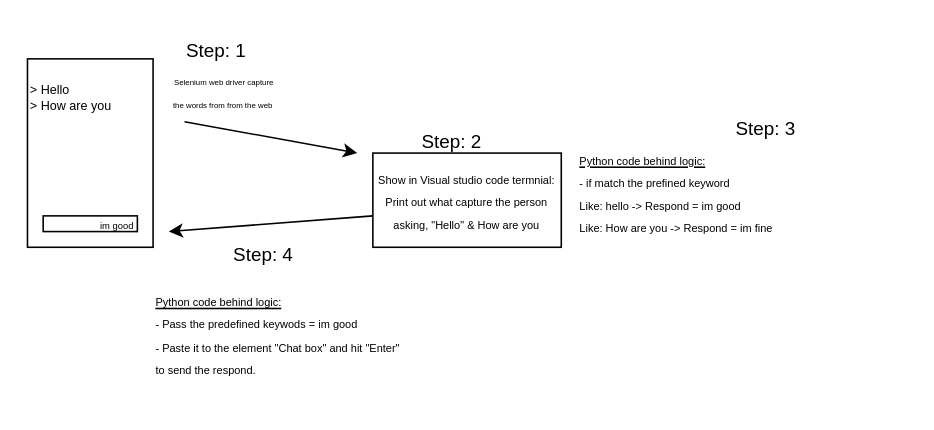
This is Selenium_AutoRespond.drawio from seongkah/draw.io, a draw.io file, before an edit. Source tidied: cells renumbered, new cells numbered last; positions are measured from the earlier drawing's top-left corner, leaving out a move shared by most shapes. Both pictures are drawn from the tidied source at 157%, with x=0, y=0 at pixel (-5, 27).
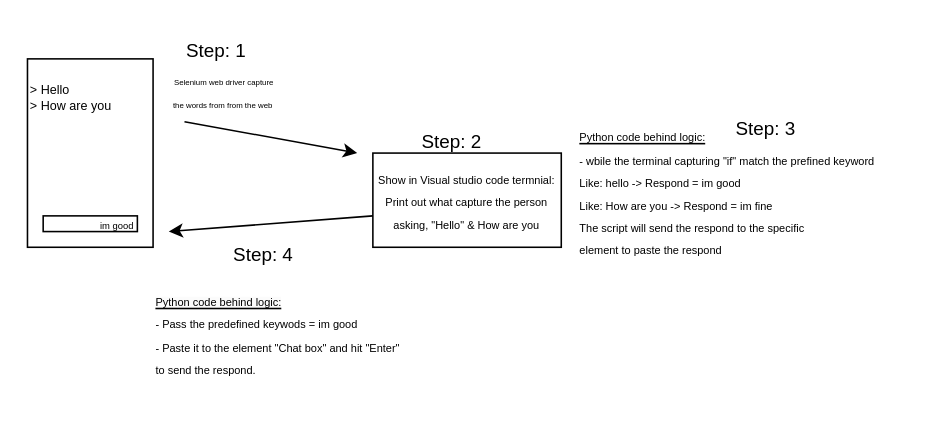
After the change.

Change to the diagram source:
```diff
@@
 <mxGraphModel>
   <root>
     <mxCell id="0" />
     <mxCell id="1" parent="0" />
     <mxCell id="2" style="rounded=0;whiteSpace=wrap;html=1;rotation=-90;" parent="1" vertex="1">
       <mxGeometry y="40" width="120" height="80" as="geometry" />
     </mxCell>
     <mxCell id="3" value="&amp;gt; Hello&lt;br style=&quot;font-size: 8px;&quot;&gt;&amp;gt; How are you" style="text;html=1;align=left;verticalAlign=middle;strokeColor=none;fillColor=none;fontSize=8;" parent="1" vertex="1">
       <mxGeometry x="20" y="30" width="80" height="30" as="geometry" />
     </mxCell>
     <mxCell id="4" value="&lt;div style=&quot;&quot;&gt;&lt;span style=&quot;background-color: initial;&quot;&gt;&lt;font style=&quot;font-size: 6px;&quot;&gt;im good&lt;/font&gt;&lt;/span&gt;&lt;/div&gt;" style="rounded=0;whiteSpace=wrap;html=1;align=right;" parent="1" vertex="1">
       <mxGeometry x="30" y="120" width="60" height="10" as="geometry" />
     </mxCell>
     <mxCell id="5" style="endArrow=classic;html=1;rounded=0;" parent="1" edge="1">
       <mxGeometry relative="1" as="geometry">
         <mxPoint x="120" y="60" as="sourcePoint" />
         <mxPoint x="230" y="80" as="targetPoint" />
       </mxGeometry>
     </mxCell>
     <mxCell id="6" value="&lt;font style=&quot;font-size: 5px;&quot;&gt;Selenium web driver capture &lt;br&gt;the words from from the web&amp;nbsp;&lt;/font&gt;" style="text;html=1;align=center;verticalAlign=middle;strokeColor=none;fillColor=none;" parent="1" vertex="1">
       <mxGeometry x="100" y="20" width="90" height="40" as="geometry" />
     </mxCell>
     <mxCell id="7" value="&lt;font style=&quot;font-size: 7px;&quot;&gt;Show in Visual studio code termnial: Print out what capture the person asking, &quot;Hello&quot; &amp;amp; How are you&lt;/font&gt;" style="rounded=0;whiteSpace=wrap;html=1;" parent="1" vertex="1">
       <mxGeometry x="240" y="80" width="120" height="60" as="geometry" />
     </mxCell>
-    <mxCell id="8" value="&lt;font style=&quot;font-size: 7px;&quot;&gt;&lt;u&gt;Python code behind logic:&lt;/u&gt;&lt;br&gt;- if match the prefined keyword&amp;nbsp;&lt;br&gt;Like: hello -&amp;gt; Respond = im good&lt;br&gt;Like: How are you -&amp;gt; Respond = im fine&lt;/font&gt;" style="text;html=1;align=left;verticalAlign=middle;strokeColor=none;fillColor=none;" parent="1" vertex="1">
-      <mxGeometry x="370" y="70" width="150" height="70" as="geometry" />
+    <mxCell id="8" value="&lt;font style=&quot;font-size: 7px;&quot;&gt;&lt;u&gt;Python code behind logic:&lt;/u&gt;&lt;br&gt;- wbile the terminal capturing &quot;if&quot; match the prefined keyword&amp;nbsp;&lt;br&gt;Like: hello -&amp;gt; Respond = im good&lt;br&gt;Like: How are you -&amp;gt; Respond = im fine&lt;br&gt;The script will send the respond to the specific &lt;br&gt;element to paste the respond&lt;br&gt;&lt;/font&gt;" style="text;html=1;align=left;verticalAlign=middle;strokeColor=none;fillColor=none;" parent="1" vertex="1">
+      <mxGeometry x="370" y="55" width="210" height="100" as="geometry" />
     </mxCell>
     <mxCell id="9" style="endArrow=classic;html=1;rounded=0;exitX=0;exitY=0.667;exitDx=0;exitDy=0;exitPerimeter=0;" parent="1" edge="1" source="7">
       <mxGeometry relative="1" as="geometry">
         <mxPoint x="110" y="130" as="targetPoint" />
       </mxGeometry>
     </mxCell>
     <mxCell id="10" value="Step: 1" style="text;html=1;align=center;verticalAlign=middle;strokeColor=none;fillColor=none;" parent="1" vertex="1">
       <mxGeometry x="110" width="60" height="30" as="geometry" />
     </mxCell>
     <mxCell id="11" value="Step: 2" style="text;html=1;align=center;verticalAlign=middle;strokeColor=none;fillColor=none;" parent="1" vertex="1">
       <mxGeometry x="260" y="58" width="60" height="30" as="geometry" />
     </mxCell>
     <mxCell id="12" value="Step: 3" style="text;html=1;align=center;verticalAlign=middle;strokeColor=none;fillColor=none;" parent="1" vertex="1">
       <mxGeometry x="460" y="50" width="60" height="30" as="geometry" />
     </mxCell>
     <mxCell id="13" value="Step: 4" style="text;html=1;align=center;verticalAlign=middle;strokeColor=none;fillColor=none;" parent="1" vertex="1">
       <mxGeometry x="140" y="130" width="60" height="30" as="geometry" />
     </mxCell>
     <mxCell id="14" value="&lt;u style=&quot;forced-color-adjust: none; color: rgb(0, 0, 0); font-family: Helvetica; font-size: 7px; font-style: normal; font-variant-ligatures: normal; font-variant-caps: normal; font-weight: 400; letter-spacing: normal; orphans: 2; text-align: left; text-indent: 0px; text-transform: none; widows: 2; word-spacing: 0px; -webkit-text-stroke-width: 0px; white-space: nowrap; background-color: rgb(251, 251, 251);&quot;&gt;Python code behind logic:&lt;/u&gt;&lt;br style=&quot;forced-color-adjust: none; color: rgb(0, 0, 0); font-family: Helvetica; font-size: 7px; font-style: normal; font-variant-ligatures: normal; font-variant-caps: normal; font-weight: 400; letter-spacing: normal; orphans: 2; text-align: left; text-indent: 0px; text-transform: none; widows: 2; word-spacing: 0px; -webkit-text-stroke-width: 0px; white-space: nowrap; background-color: rgb(251, 251, 251); text-decoration-thickness: initial; text-decoration-style: initial; text-decoration-color: initial;&quot;&gt;&lt;span style=&quot;font-size: 7px; text-wrap: nowrap;&quot;&gt;- Pass the predefined keywods = im good&amp;nbsp;&lt;br&gt;- Paste it to the element &quot;Chat box&quot; and hit &quot;Enter&quot;&amp;nbsp;&lt;br&gt;to send the respond.&amp;nbsp;&lt;/span&gt;" style="text;whiteSpace=wrap;html=1;" parent="1" vertex="1">
       <mxGeometry x="100" y="160" width="160" height="80" as="geometry" />
     </mxCell>
   </root>
 </mxGraphModel>
```
